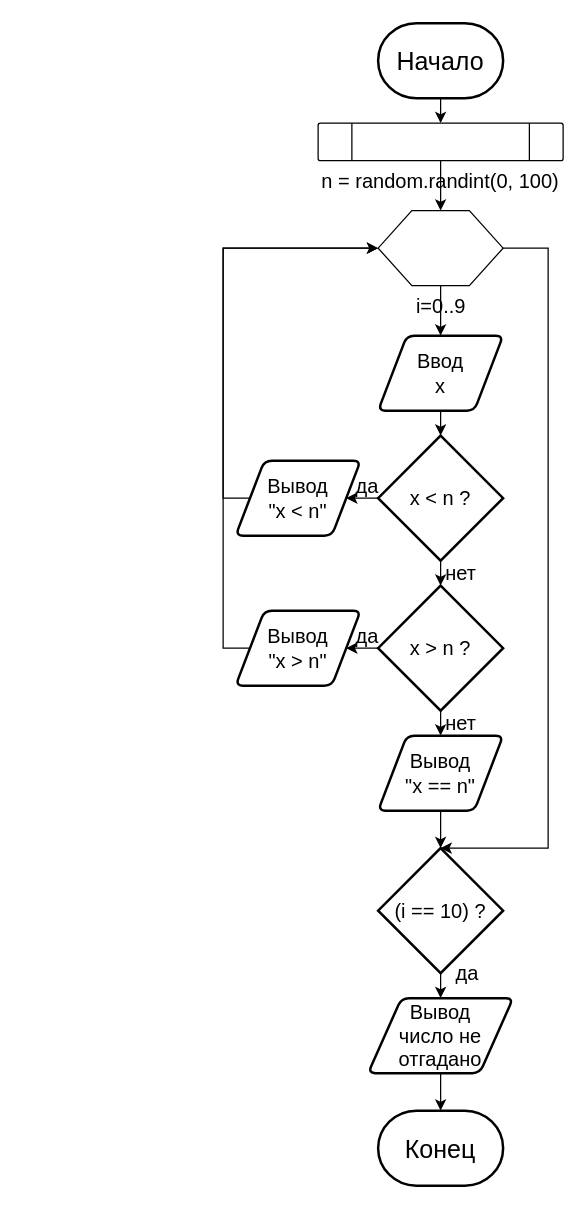
nglaz0v/Python_Algorithms keeps this draw.io diagram as les_2_task_6.drawio. Above is the earlier version. Source tidied: cells renumbered, new cells numbered last; positions are measured from the earlier drawing's top-left corner, leaving out a move shared by most shapes. Both pictures are drawn from the tidied source at 125%, with x=0, y=0 at pixel (222, 22).
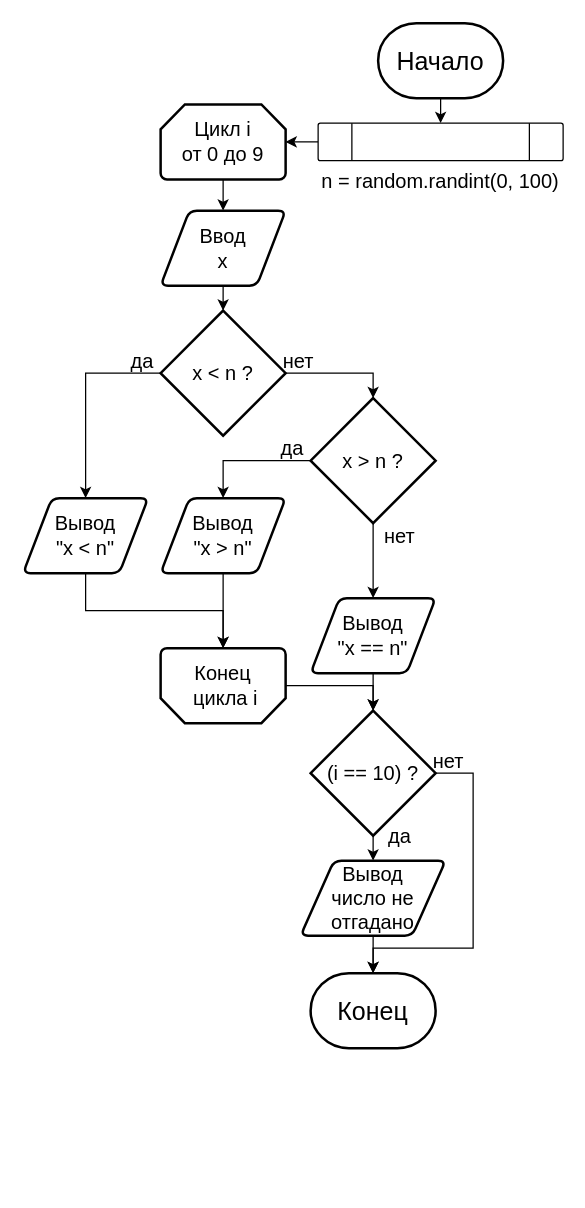
The same page after the edit.

The change refers to these unchanged cells:
```xml
<mxCell id="6" value="n = random.randint(0, 100)" style="verticalLabelPosition=bottom;verticalAlign=top;html=1;shape=process;whiteSpace=wrap;rounded=1;size=0.14;arcSize=6;fontSize=16;" parent="1" vertex="1">
  <mxGeometry x="76" y="80" width="196" height="30" as="geometry" />
</mxCell>
```

The edit, as a diff of the source:
```diff
@@
     <mxCell id="4" value="Конец" style="strokeWidth=2;html=1;shape=mxgraph.flowchart.terminator;whiteSpace=wrap;fontSize=20;" parent="1" vertex="1">
-      <mxGeometry x="124" y="870" width="100" height="60" as="geometry" />
+      <mxGeometry x="70" y="760" width="100" height="60" as="geometry" />
     </mxCell>
-    <mxCell id="5" style="edgeStyle=orthogonalEdgeStyle;rounded=0;jettySize=auto;html=1;exitX=0.5;exitY=1;exitDx=0;exitDy=0;entryX=0.5;entryY=0;entryDx=0;entryDy=0;fontSize=16;" parent="1" edge="1" source="6" target="9">
-      <mxGeometry relative="1" as="geometry" />
-    </mxCell>
+    <mxCell id="33" style="edgeStyle=orthogonalEdgeStyle;rounded=0;jettySize=auto;html=1;exitX=0;exitY=0.5;exitDx=0;exitDy=0;entryX=1;entryY=0.5;entryDx=0;entryDy=0;entryPerimeter=0;fontSize=16;" parent="1" edge="1" source="6" target="38">
+      <mxGeometry relative="1" as="geometry" />
+    </mxCell>
@@
-    <mxCell id="7" style="edgeStyle=orthogonalEdgeStyle;rounded=0;jettySize=auto;html=1;exitX=0.5;exitY=1;exitDx=0;exitDy=0;entryX=0.5;entryY=0;entryDx=0;entryDy=0;fontSize=16;" parent="1" edge="1" source="9" target="11">
-      <mxGeometry relative="1" as="geometry" />
-    </mxCell>
-    <mxCell id="8" style="edgeStyle=orthogonalEdgeStyle;rounded=0;jettySize=auto;html=1;exitX=1;exitY=0.5;exitDx=0;exitDy=0;entryX=0.5;entryY=0;entryDx=0;entryDy=0;entryPerimeter=0;fontSize=16;" parent="1" edge="1" source="9" target="29">
-      <mxGeometry relative="1" as="geometry">
-        <Array as="points">
-          <mxPoint x="260" y="180" />
-          <mxPoint x="260" y="660" />
-        </Array>
-      </mxGeometry>
-    </mxCell>
-    <mxCell id="9" value="i=0..9" style="verticalLabelPosition=bottom;verticalAlign=top;html=1;shape=hexagon;perimeter=hexagonPerimeter2;arcSize=6;size=0.27;fontSize=16;" parent="1" vertex="1">
-      <mxGeometry x="124" y="150" width="100" height="60" as="geometry" />
-    </mxCell>
@@
     <mxCell id="11" value="Ввод&lt;br&gt;x" style="shape=parallelogram;html=1;strokeWidth=2;perimeter=parallelogramPerimeter;whiteSpace=wrap;rounded=1;arcSize=12;size=0.23;fontSize=16;" parent="1" vertex="1">
-      <mxGeometry x="124" y="250" width="100" height="60" as="geometry" />
+      <mxGeometry x="-50" y="150" width="100" height="60" as="geometry" />
     </mxCell>
+    <mxCell id="13" style="edgeStyle=orthogonalEdgeStyle;rounded=0;jettySize=auto;html=1;exitX=1;exitY=0.5;exitDx=0;exitDy=0;exitPerimeter=0;entryX=0.5;entryY=0;entryDx=0;entryDy=0;entryPerimeter=0;fontSize=16;" parent="1" edge="1" source="14" target="17">
+      <mxGeometry relative="1" as="geometry" />
+    </mxCell>
@@
-    <mxCell id="13" style="edgeStyle=orthogonalEdgeStyle;rounded=0;jettySize=auto;html=1;exitX=0.5;exitY=1;exitDx=0;exitDy=0;exitPerimeter=0;entryX=0.5;entryY=0;entryDx=0;entryDy=0;entryPerimeter=0;fontSize=16;" parent="1" edge="1" source="14" target="17">
-      <mxGeometry relative="1" as="geometry" />
-    </mxCell>
     <mxCell id="14" value="x &amp;lt; n ?" style="strokeWidth=2;html=1;shape=mxgraph.flowchart.decision;whiteSpace=wrap;fontSize=16;" parent="1" vertex="1">
-      <mxGeometry x="124" y="330" width="100" height="100" as="geometry" />
+      <mxGeometry x="-50" y="230" width="100" height="100" as="geometry" />
     </mxCell>
-    <mxCell id="15" style="edgeStyle=orthogonalEdgeStyle;rounded=0;jettySize=auto;html=1;exitX=0;exitY=0.5;exitDx=0;exitDy=0;exitPerimeter=0;entryX=1;entryY=0.5;entryDx=0;entryDy=0;fontSize=16;" parent="1" edge="1" source="17" target="21">
+    <mxCell id="15" style="edgeStyle=orthogonalEdgeStyle;rounded=0;jettySize=auto;html=1;exitX=0;exitY=0.5;exitDx=0;exitDy=0;exitPerimeter=0;entryX=0.5;entryY=0;entryDx=0;entryDy=0;fontSize=16;" parent="1" edge="1" source="17" target="21">
       <mxGeometry relative="1" as="geometry" />
     </mxCell>
@@
     <mxCell id="17" value="x &amp;gt; n ?" style="strokeWidth=2;html=1;shape=mxgraph.flowchart.decision;whiteSpace=wrap;fontSize=16;" parent="1" vertex="1">
-      <mxGeometry x="124" y="450" width="100" height="100" as="geometry" />
+      <mxGeometry x="70" y="300" width="100" height="100" as="geometry" />
     </mxCell>
-    <mxCell id="18" style="edgeStyle=orthogonalEdgeStyle;rounded=0;jettySize=auto;html=1;exitX=0;exitY=0.5;exitDx=0;exitDy=0;entryX=0;entryY=0.5;entryDx=0;entryDy=0;fontSize=16;" parent="1" edge="1" source="19" target="9">
-      <mxGeometry relative="1" as="geometry">
-        <Array as="points">
-          <mxPoint y="380" />
-          <mxPoint y="180" />
-        </Array>
-      </mxGeometry>
-    </mxCell>
+    <mxCell id="34" style="edgeStyle=orthogonalEdgeStyle;rounded=0;jettySize=auto;html=1;exitX=0.5;exitY=1;exitDx=0;exitDy=0;entryX=0.5;entryY=1;entryDx=0;entryDy=0;entryPerimeter=0;fontSize=16;" parent="1" edge="1" source="19" target="40">
+      <mxGeometry relative="1" as="geometry" />
+    </mxCell>
     <mxCell id="19" value="Вывод&lt;br&gt;&quot;x &amp;lt; n&quot;" style="shape=parallelogram;html=1;strokeWidth=2;perimeter=parallelogramPerimeter;whiteSpace=wrap;rounded=1;arcSize=12;size=0.23;fontSize=16;" parent="1" vertex="1">
-      <mxGeometry x="10" y="350" width="100" height="60" as="geometry" />
+      <mxGeometry x="-160" y="380" width="100" height="60" as="geometry" />
     </mxCell>
-    <mxCell id="20" style="edgeStyle=orthogonalEdgeStyle;rounded=0;jettySize=auto;html=1;exitX=0;exitY=0.5;exitDx=0;exitDy=0;entryX=0;entryY=0.5;entryDx=0;entryDy=0;fontSize=16;" parent="1" edge="1" source="21" target="9">
-      <mxGeometry relative="1" as="geometry">
-        <Array as="points">
-          <mxPoint y="500" />
-          <mxPoint y="180" />
-        </Array>
-      </mxGeometry>
-    </mxCell>
+    <mxCell id="35" style="edgeStyle=orthogonalEdgeStyle;rounded=0;jettySize=auto;html=1;exitX=0.5;exitY=1;exitDx=0;exitDy=0;entryX=0.5;entryY=1;entryDx=0;entryDy=0;entryPerimeter=0;fontSize=16;" parent="1" edge="1" source="21" target="40">
+      <mxGeometry relative="1" as="geometry" />
+    </mxCell>
     <mxCell id="21" value="Вывод&lt;br&gt;&quot;x &amp;gt; n&quot;" style="shape=parallelogram;html=1;strokeWidth=2;perimeter=parallelogramPerimeter;whiteSpace=wrap;rounded=1;arcSize=12;size=0.23;fontSize=16;" parent="1" vertex="1">
-      <mxGeometry x="10" y="470" width="100" height="60" as="geometry" />
+      <mxGeometry x="-50" y="380" width="100" height="60" as="geometry" />
     </mxCell>
@@
     <mxCell id="23" value="Вывод&lt;br&gt;&quot;x == n&quot;" style="shape=parallelogram;html=1;strokeWidth=2;perimeter=parallelogramPerimeter;whiteSpace=wrap;rounded=1;arcSize=12;size=0.23;fontSize=16;" parent="1" vertex="1">
-      <mxGeometry x="124" y="570" width="100" height="60" as="geometry" />
+      <mxGeometry x="70" y="460" width="100" height="60" as="geometry" />
     </mxCell>
     <mxCell id="24" value="да" style="text;html=1;align=center;verticalAlign=middle;strokeColor=none;fillColor=none;fontSize=16;" parent="1" vertex="1">
-      <mxGeometry x="100" y="360" width="30" height="20" as="geometry" />
+      <mxGeometry x="-80" y="260" width="30" height="20" as="geometry" />
     </mxCell>
     <mxCell id="25" value="да" style="text;html=1;align=center;verticalAlign=middle;strokeColor=none;fillColor=none;fontSize=16;" parent="1" vertex="1">
-      <mxGeometry x="100" y="480" width="30" height="20" as="geometry" />
+      <mxGeometry x="40" y="330" width="30" height="20" as="geometry" />
     </mxCell>
-    <mxCell id="26" value="нет" style="text;html=1;align=center;verticalAlign=middle;strokeColor=none;fillColor=none;fontSize=16;" parent="1" vertex="1">
-      <mxGeometry x="170" y="430" width="40" height="20" as="geometry" />
-    </mxCell>
     <mxCell id="27" value="нет" style="text;html=1;align=center;verticalAlign=middle;strokeColor=none;fillColor=none;fontSize=16;" parent="1" vertex="1">
-      <mxGeometry x="170" y="550" width="40" height="20" as="geometry" />
+      <mxGeometry x="121" y="400" width="40" height="20" as="geometry" />
     </mxCell>
@@
+    <mxCell id="36" style="edgeStyle=orthogonalEdgeStyle;rounded=0;jettySize=auto;html=1;exitX=1;exitY=0.5;exitDx=0;exitDy=0;exitPerimeter=0;entryX=0.5;entryY=0;entryDx=0;entryDy=0;entryPerimeter=0;fontSize=16;" parent="1" edge="1" source="29" target="4">
+      <mxGeometry relative="1" as="geometry">
+        <Array as="points">
+          <mxPoint x="200" y="600" />
+          <mxPoint x="200" y="740" />
+          <mxPoint x="120" y="740" />
+        </Array>
+      </mxGeometry>
+    </mxCell>
     <mxCell id="29" value="(i == 10) ?" style="strokeWidth=2;html=1;shape=mxgraph.flowchart.decision;whiteSpace=wrap;fontSize=16;" parent="1" vertex="1">
-      <mxGeometry x="124" y="660" width="100" height="100" as="geometry" />
+      <mxGeometry x="70" y="550" width="100" height="100" as="geometry" />
     </mxCell>
@@
     <mxCell id="31" value="Вывод&lt;br&gt;число не отгадано" style="shape=parallelogram;html=1;strokeWidth=2;perimeter=parallelogramPerimeter;whiteSpace=wrap;rounded=1;arcSize=12;size=0.23;fontSize=16;" parent="1" vertex="1">
-      <mxGeometry x="116" y="780" width="116" height="60" as="geometry" />
+      <mxGeometry x="62" y="670" width="116" height="60" as="geometry" />
     </mxCell>
     <mxCell id="32" value="да" style="text;html=1;align=center;verticalAlign=middle;strokeColor=none;fillColor=none;fontSize=16;" parent="1" vertex="1">
-      <mxGeometry x="180" y="750" width="30" height="20" as="geometry" />
+      <mxGeometry x="126" y="640" width="30" height="20" as="geometry" />
     </mxCell>
+    <mxCell id="37" style="edgeStyle=orthogonalEdgeStyle;rounded=0;jettySize=auto;html=1;exitX=0.5;exitY=1;exitDx=0;exitDy=0;exitPerimeter=0;entryX=0.5;entryY=0;entryDx=0;entryDy=0;fontSize=16;" parent="1" edge="1" source="38" target="11">
+      <mxGeometry relative="1" as="geometry" />
+    </mxCell>
+    <mxCell id="38" value="Цикл i&lt;br&gt;от 0 до 9" style="strokeWidth=2;html=1;shape=mxgraph.flowchart.loop_limit;whiteSpace=wrap;fontSize=16;" parent="1" vertex="1">
+      <mxGeometry x="-50" y="65" width="100" height="60" as="geometry" />
+    </mxCell>
+    <mxCell id="39" style="edgeStyle=orthogonalEdgeStyle;rounded=0;jettySize=auto;html=1;exitX=0;exitY=0.5;exitDx=0;exitDy=0;exitPerimeter=0;entryX=0.5;entryY=0;entryDx=0;entryDy=0;entryPerimeter=0;fontSize=16;" parent="1" edge="1" source="40" target="29">
+      <mxGeometry relative="1" as="geometry" />
+    </mxCell>
+    <mxCell id="40" value="Конец&lt;br&gt;&amp;nbsp;цикла i" style="strokeWidth=2;html=1;shape=mxgraph.flowchart.loop_limit;whiteSpace=wrap;fontSize=16;direction=west;" parent="1" vertex="1">
+      <mxGeometry x="-50" y="500" width="100" height="60" as="geometry" />
+    </mxCell>
+    <mxCell id="41" value="нет" style="text;html=1;align=center;verticalAlign=middle;strokeColor=none;fillColor=none;fontSize=16;" parent="1" vertex="1">
+      <mxGeometry x="40" y="260" width="40" height="20" as="geometry" />
+    </mxCell>
+    <mxCell id="42" value="нет" style="text;html=1;align=center;verticalAlign=middle;strokeColor=none;fillColor=none;fontSize=16;" parent="1" vertex="1">
+      <mxGeometry x="160" y="580" width="40" height="20" as="geometry" />
+    </mxCell>
```
